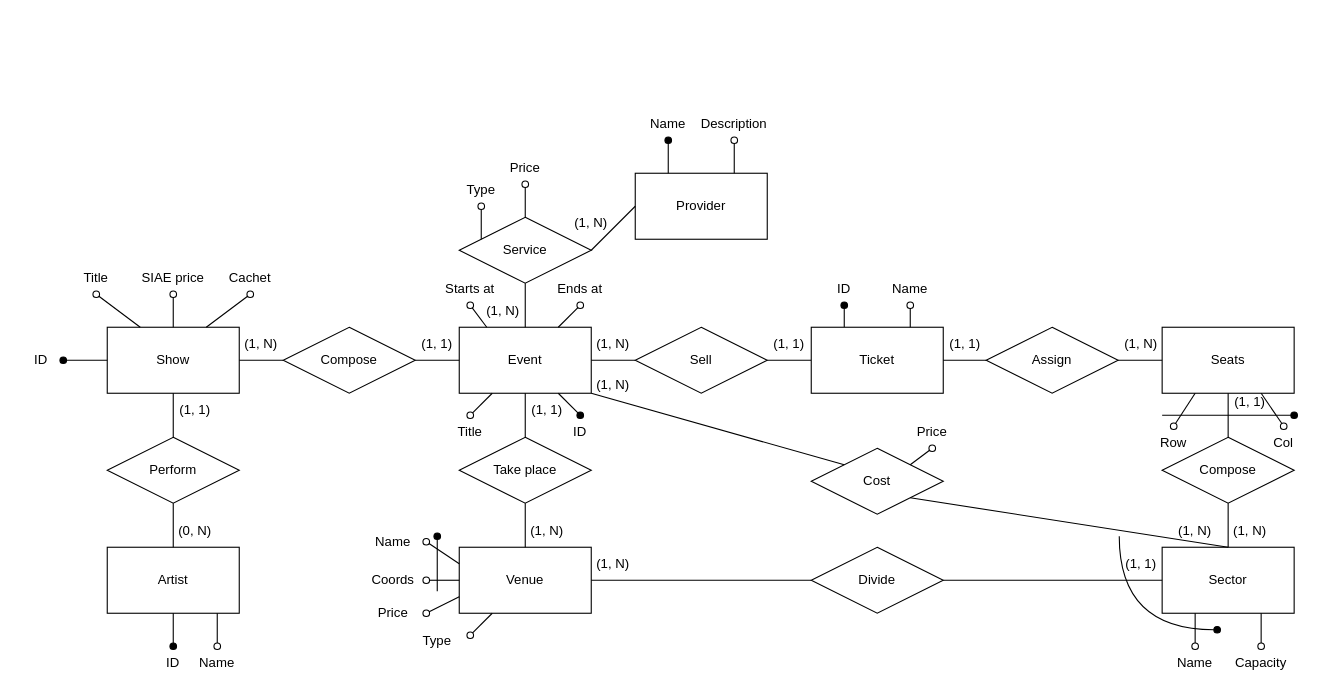
lucat1/unibo_90107_progetto keeps this draw.io diagram as ER.drawio. Above is the earlier version. Source tidied: cells renumbered, new cells numbered last; positions are measured from the earlier drawing's top-left corner, leaving out a move shared by most shapes. Both pictures are drawn from the tidied source at 110%, with x=0, y=0 at pixel (19, 107).
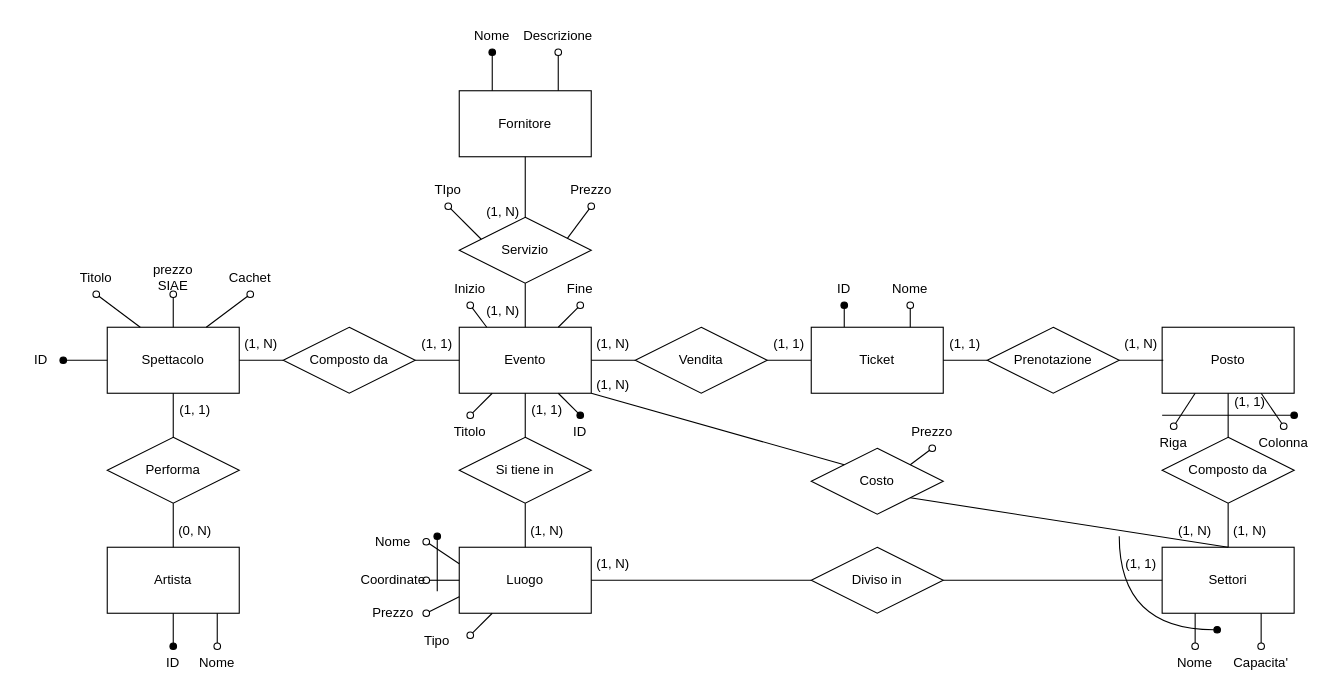
The same page after the edit.

Unchanged cells that the change refers to:
```xml
<mxCell id="94" value="&lt;div&gt;Ticket&lt;/div&gt;" style="rounded=0;whiteSpace=wrap;html=1;" parent="1" vertex="1">
  <mxGeometry x="720" y="200" width="120" height="60" as="geometry" />
</mxCell>
```

Diff of the diagram source:
```diff
@@
-    <mxCell id="2" value="Event" style="rounded=0;whiteSpace=wrap;html=1;" parent="1" vertex="1">
+    <mxCell id="2" value="Evento" style="rounded=0;whiteSpace=wrap;html=1;" parent="1" vertex="1">
       <mxGeometry x="400" y="200" width="120" height="60" as="geometry" />
     </mxCell>
-    <mxCell id="3" value="&lt;div&gt;Show&lt;/div&gt;" style="rounded=0;whiteSpace=wrap;html=1;" parent="1" vertex="1">
+    <mxCell id="3" value="&lt;div&gt;Spettacolo&lt;/div&gt;" style="rounded=0;whiteSpace=wrap;html=1;" parent="1" vertex="1">
       <mxGeometry x="80" y="200" width="120" height="60" as="geometry" />
     </mxCell>
-    <mxCell id="4" value="&lt;div&gt;Artist&lt;/div&gt;" style="rounded=0;whiteSpace=wrap;html=1;" parent="1" vertex="1">
+    <mxCell id="4" value="&lt;div&gt;Artista&lt;/div&gt;" style="rounded=0;whiteSpace=wrap;html=1;" parent="1" vertex="1">
       <mxGeometry x="80" y="400" width="120" height="60" as="geometry" />
     </mxCell>
-    <mxCell id="5" value="Compose" style="rhombus;whiteSpace=wrap;html=1;" parent="1" vertex="1">
+    <mxCell id="5" value="Composto da" style="rhombus;whiteSpace=wrap;html=1;" parent="1" vertex="1">
       <mxGeometry x="240" y="200" width="120" height="60" as="geometry" />
     </mxCell>
-    <mxCell id="6" value="Perform" style="rhombus;whiteSpace=wrap;html=1;" parent="1" vertex="1">
+    <mxCell id="6" value="Performa" style="rhombus;whiteSpace=wrap;html=1;" parent="1" vertex="1">
       <mxGeometry x="80" y="300" width="120" height="60" as="geometry" />
     </mxCell>
@@
-    <mxCell id="13" value="Title" style="text;html=1;strokeColor=none;fillColor=none;align=center;verticalAlign=middle;whiteSpace=wrap;rounded=0;" parent="1" vertex="1">
+    <mxCell id="13" value="Titolo" style="text;html=1;strokeColor=none;fillColor=none;align=center;verticalAlign=middle;whiteSpace=wrap;rounded=0;" parent="1" vertex="1">
       <mxGeometry x="40" y="140" width="60" height="30" as="geometry" />
     </mxCell>
@@
-    <mxCell id="15" value="SIAE price" style="text;html=1;strokeColor=none;fillColor=none;align=center;verticalAlign=middle;whiteSpace=wrap;rounded=0;" parent="1" vertex="1">
+    <mxCell id="15" value="prezzo SIAE" style="text;html=1;strokeColor=none;fillColor=none;align=center;verticalAlign=middle;whiteSpace=wrap;rounded=0;" parent="1" vertex="1">
       <mxGeometry x="110" y="140" width="60" height="30" as="geometry" />
     </mxCell>
@@
-    <mxCell id="23" value="Title" style="text;html=1;strokeColor=none;fillColor=none;align=center;verticalAlign=middle;whiteSpace=wrap;rounded=0;" parent="1" vertex="1">
+    <mxCell id="23" value="Titolo" style="text;html=1;strokeColor=none;fillColor=none;align=center;verticalAlign=middle;whiteSpace=wrap;rounded=0;" parent="1" vertex="1">
       <mxGeometry x="380" y="280" width="60" height="30" as="geometry" />
     </mxCell>
-    <mxCell id="24" value="&lt;div&gt;Starts at&lt;/div&gt;" style="text;html=1;strokeColor=none;fillColor=none;align=center;verticalAlign=middle;whiteSpace=wrap;rounded=0;" parent="1" vertex="1">
+    <mxCell id="24" value="&lt;div&gt;Inizio&lt;/div&gt;" style="text;html=1;strokeColor=none;fillColor=none;align=center;verticalAlign=middle;whiteSpace=wrap;rounded=0;" parent="1" vertex="1">
       <mxGeometry x="380" y="150" width="60" height="30" as="geometry" />
     </mxCell>
-    <mxCell id="25" value="Ends at" style="text;html=1;strokeColor=none;fillColor=none;align=center;verticalAlign=middle;whiteSpace=wrap;rounded=0;" parent="1" vertex="1">
+    <mxCell id="25" value="Fine" style="text;html=1;strokeColor=none;fillColor=none;align=center;verticalAlign=middle;whiteSpace=wrap;rounded=0;" parent="1" vertex="1">
       <mxGeometry x="480" y="150" width="60" height="30" as="geometry" />
     </mxCell>
@@
-    <mxCell id="29" value="Sell" style="rhombus;whiteSpace=wrap;html=1;" parent="1" vertex="1">
+    <mxCell id="29" value="Vendita" style="rhombus;whiteSpace=wrap;html=1;" parent="1" vertex="1">
       <mxGeometry x="560" y="200" width="120" height="60" as="geometry" />
     </mxCell>
-    <mxCell id="30" value="Seats" style="rounded=0;whiteSpace=wrap;html=1;" parent="1" vertex="1">
+    <mxCell id="30" value="Posto" style="rounded=0;whiteSpace=wrap;html=1;" parent="1" vertex="1">
       <mxGeometry x="1039" y="200" width="120" height="60" as="geometry" />
     </mxCell>
@@
-    <mxCell id="37" value="Row" style="text;html=1;strokeColor=none;fillColor=none;align=center;verticalAlign=middle;whiteSpace=wrap;rounded=0;" parent="1" vertex="1">
+    <mxCell id="37" value="Riga" style="text;html=1;strokeColor=none;fillColor=none;align=center;verticalAlign=middle;whiteSpace=wrap;rounded=0;" parent="1" vertex="1">
       <mxGeometry x="1030" y="290" width="39" height="30" as="geometry" />
     </mxCell>
-    <mxCell id="38" value="&lt;div&gt;Col&lt;/div&gt;" style="text;html=1;strokeColor=none;fillColor=none;align=center;verticalAlign=middle;whiteSpace=wrap;rounded=0;" parent="1" vertex="1">
+    <mxCell id="38" value="&lt;div&gt;Colonna&lt;/div&gt;" style="text;html=1;strokeColor=none;fillColor=none;align=center;verticalAlign=middle;whiteSpace=wrap;rounded=0;" parent="1" vertex="1">
       <mxGeometry x="1130" y="290" width="39" height="30" as="geometry" />
     </mxCell>
@@
-    <mxCell id="42" value="Provider" style="rounded=0;whiteSpace=wrap;html=1;" parent="1" vertex="1">
-      <mxGeometry x="560" y="60" width="120" height="60" as="geometry" />
+    <mxCell id="42" value="Fornitore" style="rounded=0;whiteSpace=wrap;html=1;" parent="1" vertex="1">
+      <mxGeometry x="400" y="-15" width="120" height="60" as="geometry" />
     </mxCell>
-    <mxCell id="43" value="Service" style="rhombus;whiteSpace=wrap;html=1;" parent="1" vertex="1">
+    <mxCell id="43" value="Servizio" style="rhombus;whiteSpace=wrap;html=1;" parent="1" vertex="1">
       <mxGeometry x="400" y="100" width="120" height="60" as="geometry" />
     </mxCell>
@@
-    <mxCell id="45" style="endArrow=none;html=1;rounded=0;entryX=1;entryY=0.5;entryDx=0;entryDy=0;exitX=0;exitY=0.5;exitDx=0;exitDy=0;" parent="1" edge="1" source="42" target="43">
+    <mxCell id="45" style="endArrow=none;html=1;rounded=0;entryX=0.5;entryY=0;entryDx=0;entryDy=0;exitX=0.5;exitY=1;exitDx=0;exitDy=0;" parent="1" edge="1" source="42" target="43">
       <mxGeometry relative="1" as="geometry" />
     </mxCell>
@@
-    <mxCell id="48" value="Venue" style="rounded=0;whiteSpace=wrap;html=1;" parent="1" vertex="1">
+    <mxCell id="48" value="Luogo" style="rounded=0;whiteSpace=wrap;html=1;" parent="1" vertex="1">
       <mxGeometry x="400" y="400" width="120" height="60" as="geometry" />
     </mxCell>
-    <mxCell id="49" value="Take place" style="rhombus;whiteSpace=wrap;html=1;" parent="1" vertex="1">
+    <mxCell id="49" value="Si tiene in" style="rhombus;whiteSpace=wrap;html=1;" parent="1" vertex="1">
       <mxGeometry x="400" y="300" width="120" height="60" as="geometry" />
     </mxCell>
@@
-    <mxCell id="54" value="Sector" style="rounded=0;whiteSpace=wrap;html=1;" parent="1" vertex="1">
+    <mxCell id="54" value="Settori" style="rounded=0;whiteSpace=wrap;html=1;" parent="1" vertex="1">
       <mxGeometry x="1039" y="400" width="120" height="60" as="geometry" />
     </mxCell>
-    <mxCell id="55" value="Divide" style="rhombus;whiteSpace=wrap;html=1;" parent="1" vertex="1">
+    <mxCell id="55" value="Diviso in" style="rhombus;whiteSpace=wrap;html=1;" parent="1" vertex="1">
       <mxGeometry x="720" y="400" width="120" height="60" as="geometry" />
     </mxCell>
@@
-    <mxCell id="60" value="Cost" style="rhombus;whiteSpace=wrap;html=1;" parent="1" vertex="1">
+    <mxCell id="60" value="Costo" style="rhombus;whiteSpace=wrap;html=1;" parent="1" vertex="1">
       <mxGeometry x="720" y="310" width="120" height="60" as="geometry" />
     </mxCell>
@@
-    <mxCell id="63" value="Price" style="text;html=1;strokeColor=none;fillColor=none;align=center;verticalAlign=middle;whiteSpace=wrap;rounded=0;" parent="1" vertex="1">
+    <mxCell id="63" value="Prezzo" style="text;html=1;strokeColor=none;fillColor=none;align=center;verticalAlign=middle;whiteSpace=wrap;rounded=0;" parent="1" vertex="1">
       <mxGeometry x="800" y="280" width="60" height="30" as="geometry" />
     </mxCell>
@@
-    <mxCell id="67" value="Compose" style="rhombus;whiteSpace=wrap;html=1;" parent="1" vertex="1">
+    <mxCell id="67" value="Composto da" style="rhombus;whiteSpace=wrap;html=1;" parent="1" vertex="1">
       <mxGeometry x="1039" y="300" width="120" height="60" as="geometry" />
     </mxCell>
@@
-    <mxCell id="74" value="Name" style="text;html=1;strokeColor=none;fillColor=none;align=center;verticalAlign=middle;whiteSpace=wrap;rounded=0;" parent="1" vertex="1">
+    <mxCell id="74" value="Nome" style="text;html=1;strokeColor=none;fillColor=none;align=center;verticalAlign=middle;whiteSpace=wrap;rounded=0;" parent="1" vertex="1">
       <mxGeometry x="310" y="380" width="60" height="30" as="geometry" />
     </mxCell>
-    <mxCell id="75" value="Coords" style="text;html=1;strokeColor=none;fillColor=none;align=center;verticalAlign=middle;whiteSpace=wrap;rounded=0;" parent="1" vertex="1">
+    <mxCell id="75" value="Coordinate" style="text;html=1;strokeColor=none;fillColor=none;align=center;verticalAlign=middle;whiteSpace=wrap;rounded=0;" parent="1" vertex="1">
       <mxGeometry x="310" y="415" width="60" height="30" as="geometry" />
     </mxCell>
-    <mxCell id="76" value="Price" style="text;html=1;strokeColor=none;fillColor=none;align=center;verticalAlign=middle;whiteSpace=wrap;rounded=0;" parent="1" vertex="1">
+    <mxCell id="76" value="Prezzo" style="text;html=1;strokeColor=none;fillColor=none;align=center;verticalAlign=middle;whiteSpace=wrap;rounded=0;" parent="1" vertex="1">
       <mxGeometry x="310" y="445" width="60" height="30" as="geometry" />
     </mxCell>
@@
-    <mxCell id="81" value="Name" style="text;html=1;strokeColor=none;fillColor=none;align=center;verticalAlign=middle;whiteSpace=wrap;rounded=0;" parent="1" vertex="1">
+    <mxCell id="81" value="Nome" style="text;html=1;strokeColor=none;fillColor=none;align=center;verticalAlign=middle;whiteSpace=wrap;rounded=0;" parent="1" vertex="1">
       <mxGeometry x="1039" y="490" width="60" height="30" as="geometry" />
     </mxCell>
-    <mxCell id="82" value="Capacity" style="text;html=1;strokeColor=none;fillColor=none;align=center;verticalAlign=middle;whiteSpace=wrap;rounded=0;" parent="1" vertex="1">
+    <mxCell id="82" value="Capacita'" style="text;html=1;strokeColor=none;fillColor=none;align=center;verticalAlign=middle;whiteSpace=wrap;rounded=0;" parent="1" vertex="1">
       <mxGeometry x="1099" y="490" width="60" height="30" as="geometry" />
     </mxCell>
@@
-    <mxCell id="88" value="Description" style="text;html=1;strokeColor=none;fillColor=none;align=center;verticalAlign=middle;whiteSpace=wrap;rounded=0;" parent="1" vertex="1">
-      <mxGeometry x="620" width="60" height="30" as="geometry" />
+    <mxCell id="88" value="Descrizione" style="text;html=1;strokeColor=none;fillColor=none;align=center;verticalAlign=middle;whiteSpace=wrap;rounded=0;" parent="1" vertex="1">
+      <mxGeometry x="460" y="-80" width="60" height="30" as="geometry" />
     </mxCell>
@@
-    <mxCell id="90" value="Name" style="text;html=1;strokeColor=none;fillColor=none;align=center;verticalAlign=middle;whiteSpace=wrap;rounded=0;" parent="1" vertex="1">
-      <mxGeometry x="560" width="60" height="30" as="geometry" />
+    <mxCell id="90" value="Nome" style="text;html=1;strokeColor=none;fillColor=none;align=center;verticalAlign=middle;whiteSpace=wrap;rounded=0;" parent="1" vertex="1">
+      <mxGeometry x="400" y="-80" width="60" height="30" as="geometry" />
     </mxCell>
-    <mxCell id="91" value="Price" style="text;html=1;strokeColor=none;fillColor=none;align=center;verticalAlign=middle;whiteSpace=wrap;rounded=0;" parent="1" vertex="1">
-      <mxGeometry x="430" y="40" width="60" height="30" as="geometry" />
+    <mxCell id="91" value="Prezzo" style="text;html=1;strokeColor=none;fillColor=none;align=center;verticalAlign=middle;whiteSpace=wrap;rounded=0;" parent="1" vertex="1">
+      <mxGeometry x="490" y="60" width="60" height="30" as="geometry" />
     </mxCell>
-    <mxCell id="92" style="endArrow=oval;html=1;rounded=0;exitX=0.5;exitY=0;exitDx=0;exitDy=0;entryX=0.5;entryY=1;entryDx=0;entryDy=0;endFill=0;" parent="1" edge="1" source="43" target="91">
+    <mxCell id="92" style="endArrow=oval;html=1;rounded=0;exitX=0.819;exitY=0.32;exitDx=0;exitDy=0;entryX=0.5;entryY=1;entryDx=0;entryDy=0;endFill=0;exitPerimeter=0;" parent="1" edge="1" source="43" target="91">
       <mxGeometry relative="1" as="geometry" />
     </mxCell>
     <mxCell id="93" value="(1, N)" style="text;html=1;strokeColor=none;fillColor=none;align=center;verticalAlign=middle;whiteSpace=wrap;rounded=0;" parent="1" vertex="1">
-      <mxGeometry x="490" y="90" width="60" height="30" as="geometry" />
+      <mxGeometry x="410" y="80" width="60" height="30" as="geometry" />
     </mxCell>
@@
-    <mxCell id="95" value="Assign" style="rhombus;whiteSpace=wrap;html=1;" parent="1" vertex="1">
-      <mxGeometry x="879" y="200" width="120" height="60" as="geometry" />
-    </mxCell>
-    <mxCell id="96" style="endArrow=none;html=1;rounded=0;curved=1;exitX=1;exitY=0.5;exitDx=0;exitDy=0;entryX=0;entryY=0.5;entryDx=0;entryDy=0;" parent="1" edge="1" source="94" target="95">
-      <mxGeometry relative="1" as="geometry" />
-    </mxCell>
-    <mxCell id="97" style="endArrow=none;html=1;rounded=0;sketch=0;curved=1;exitX=1;exitY=0.5;exitDx=0;exitDy=0;entryX=0;entryY=0.5;entryDx=0;entryDy=0;" parent="1" edge="1" source="95" target="30">
-      <mxGeometry relative="1" as="geometry" />
-    </mxCell>
-    <mxCell id="98" value="(1, 1)" style="text;html=1;strokeColor=none;fillColor=none;align=center;verticalAlign=middle;whiteSpace=wrap;rounded=0;" parent="1" vertex="1">
-      <mxGeometry x="830" y="200" width="60" height="30" as="geometry" />
-    </mxCell>
-    <mxCell id="99" value="(1, N)" style="text;html=1;strokeColor=none;fillColor=none;align=center;verticalAlign=middle;whiteSpace=wrap;rounded=0;" parent="1" vertex="1">
-      <mxGeometry x="990" y="200" width="60" height="30" as="geometry" />
-    </mxCell>
-    <mxCell id="100" value="Name" style="text;html=1;strokeColor=none;fillColor=none;align=center;verticalAlign=middle;whiteSpace=wrap;rounded=0;" parent="1" vertex="1">
+    <mxCell id="100" value="Nome" style="text;html=1;strokeColor=none;fillColor=none;align=center;verticalAlign=middle;whiteSpace=wrap;rounded=0;" parent="1" vertex="1">
       <mxGeometry x="780" y="150" width="60" height="30" as="geometry" />
     </mxCell>
-    <mxCell id="101" style="endArrow=oval;html=1;rounded=0;exitX=0.75;exitY=0;exitDx=0;exitDy=0;endFill=0;entryX=0.5;entryY=1;entryDx=0;entryDy=0;" parent="1" edge="1" source="94" target="100">
-      <mxGeometry relative="1" as="geometry" />
-    </mxCell>
@@
-    <mxCell id="103" value="Type" style="text;html=1;strokeColor=none;fillColor=none;align=center;verticalAlign=middle;whiteSpace=wrap;rounded=0;" parent="1" vertex="1">
+    <mxCell id="103" value="Tipo" style="text;html=1;strokeColor=none;fillColor=none;align=center;verticalAlign=middle;whiteSpace=wrap;rounded=0;" parent="1" vertex="1">
       <mxGeometry x="350" y="470" width="60" height="30" as="geometry" />
     </mxCell>
-    <mxCell id="104" value="Type" style="text;html=1;strokeColor=none;fillColor=none;align=center;verticalAlign=middle;whiteSpace=wrap;rounded=0;" parent="1" vertex="1">
-      <mxGeometry x="390" y="60" width="60" height="30" as="geometry" />
+    <mxCell id="104" value="TIpo" style="text;html=1;strokeColor=none;fillColor=none;align=center;verticalAlign=middle;whiteSpace=wrap;rounded=0;" parent="1" vertex="1">
+      <mxGeometry x="360" y="60" width="60" height="30" as="geometry" />
     </mxCell>
@@
-    <mxCell id="106" value="Name" style="text;html=1;strokeColor=none;fillColor=none;align=center;verticalAlign=middle;whiteSpace=wrap;rounded=0;" parent="1" vertex="1">
+    <mxCell id="106" value="Nome" style="text;html=1;strokeColor=none;fillColor=none;align=center;verticalAlign=middle;whiteSpace=wrap;rounded=0;" parent="1" vertex="1">
       <mxGeometry x="150" y="490" width="60" height="30" as="geometry" />
     </mxCell>
@@
+    <mxCell id="108" value="Prenotazione" style="rhombus;whiteSpace=wrap;html=1;" parent="1" vertex="1">
+      <mxGeometry x="880" y="200" width="120" height="60" as="geometry" />
+    </mxCell>
+    <mxCell id="109" style="endArrow=none;html=1;rounded=0;exitX=1;exitY=0.5;exitDx=0;exitDy=0;entryX=0;entryY=0.5;entryDx=0;entryDy=0;" parent="1" edge="1" target="108">
+      <mxGeometry relative="1" as="geometry">
+        <mxPoint x="840" y="230" as="sourcePoint" />
+      </mxGeometry>
+    </mxCell>
+    <mxCell id="110" style="endArrow=none;html=1;rounded=0;entryX=0;entryY=0.5;entryDx=0;entryDy=0;exitX=1;exitY=0.5;exitDx=0;exitDy=0;" parent="1" edge="1" source="108">
+      <mxGeometry relative="1" as="geometry">
+        <mxPoint x="1040" y="230" as="targetPoint" />
+      </mxGeometry>
+    </mxCell>
+    <mxCell id="98" value="(1, 1)" style="text;html=1;strokeColor=none;fillColor=none;align=center;verticalAlign=middle;whiteSpace=wrap;rounded=0;" parent="1" vertex="1">
+      <mxGeometry x="830" y="200" width="60" height="30" as="geometry" />
+    </mxCell>
+    <mxCell id="99" value="&lt;div&gt;(1, N)&lt;/div&gt;" style="text;html=1;strokeColor=none;fillColor=none;align=center;verticalAlign=middle;whiteSpace=wrap;rounded=0;" parent="1" vertex="1">
+      <mxGeometry x="990" y="200" width="60" height="30" as="geometry" />
+    </mxCell>
+    <mxCell id="101" style="endArrow=oval;html=1;rounded=0;exitX=0.75;exitY=0;exitDx=0;exitDy=0;entryX=0.5;entryY=1;entryDx=0;entryDy=0;endFill=0;" parent="1" edge="1" source="94" target="100">
+      <mxGeometry relative="1" as="geometry" />
+    </mxCell>
```
